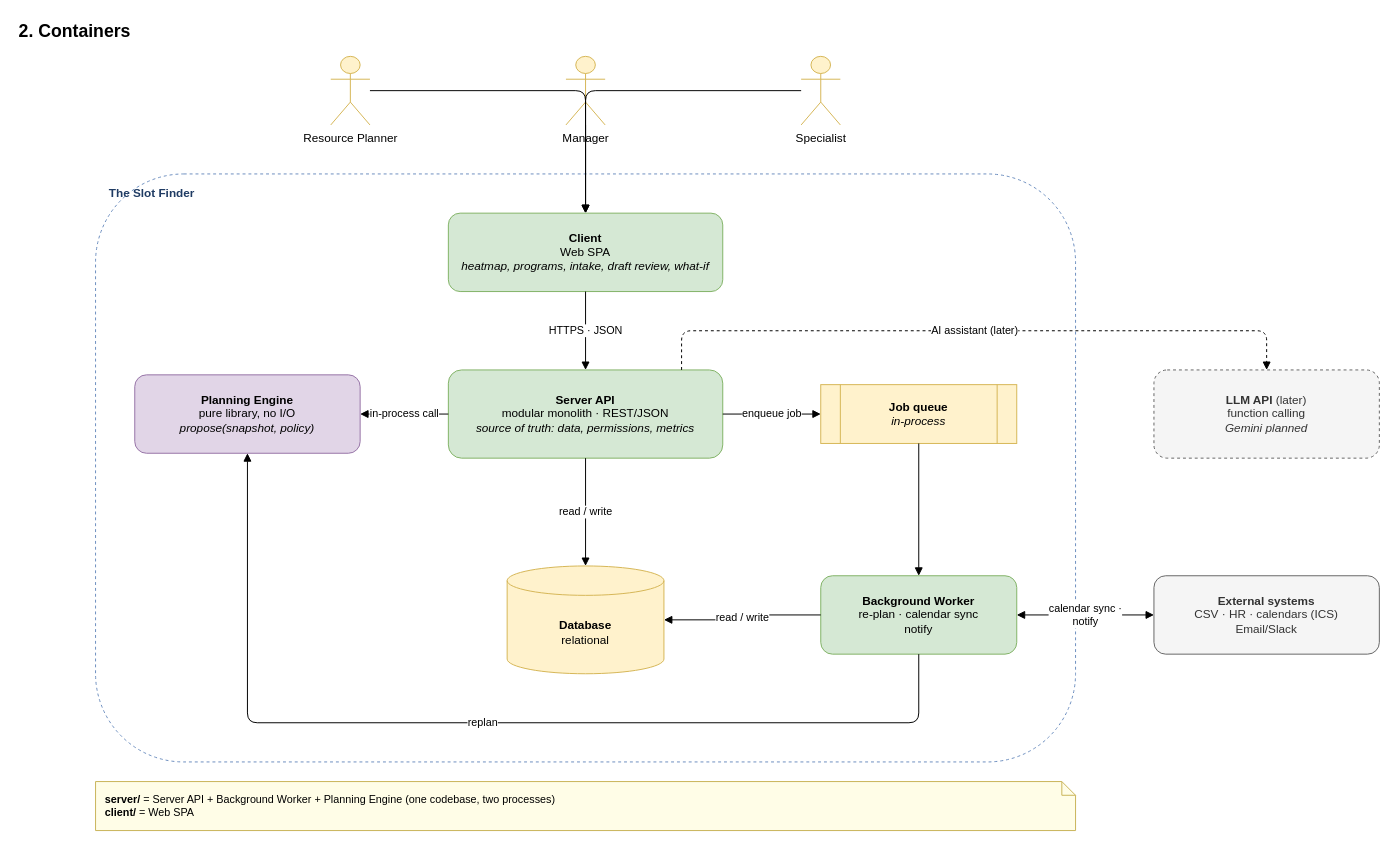
Above: page "2. Containers" (2 of 9) of docs/architecture.drawio in dophnamm/the-slot-finder (draw.io), before the change. Source tidied: cells renumbered, new cells numbered last; positions are measured from the earlier drawing's top-left corner, leaving out a move shared by most shapes. Both pictures are drawn from the tidied source at 98%, with x=0, y=0 at pixel (17, 17).
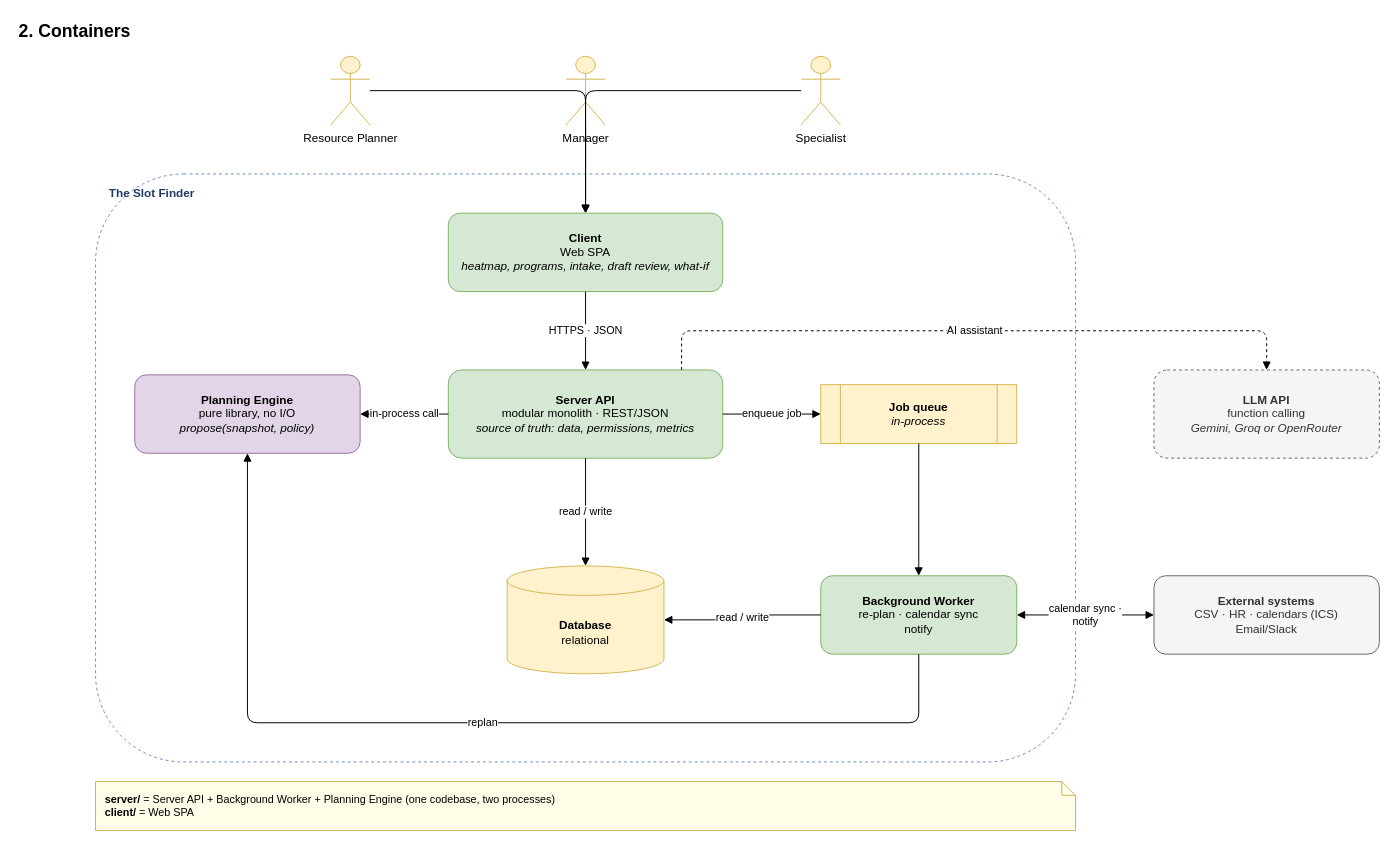
The same diagram, later.

The change refers to these unchanged cells:
```xml
<mxCell id="8" value="&lt;b&gt;Server API&lt;/b&gt;&lt;br&gt;modular monolith · REST/JSON&lt;br&gt;&lt;i&gt;source of truth: data, permissions, metrics&lt;/i&gt;" style="rounded=1;whiteSpace=wrap;html=1;fillColor=#d5e8d4;strokeColor=#82b366;" parent="1" vertex="1">
  <mxGeometry x="440" y="360" width="280" height="90" as="geometry" />
</mxCell>
```

The edit, as a diff of the source:
```diff
@@
-    <mxCell id="25" value="&lt;b&gt;LLM API&lt;/b&gt; (later)&lt;br&gt;function calling&lt;br&gt;&lt;i&gt;Gemini planned&lt;/i&gt;" style="rounded=1;whiteSpace=wrap;html=1;fillColor=#f5f5f5;strokeColor=#666666;fontColor=#333333;dashed=1;" parent="1" vertex="1">
+    <mxCell id="25" value="&lt;b&gt;LLM API&lt;/b&gt;&lt;br&gt;function calling&lt;br&gt;&lt;i&gt;Gemini, Groq or OpenRouter&lt;/i&gt;" style="rounded=1;whiteSpace=wrap;html=1;fillColor=#f5f5f5;strokeColor=#666666;fontColor=#333333;dashed=1;" parent="1" vertex="1">
       <mxGeometry x="1160" y="360" width="230" height="90" as="geometry" />
     </mxCell>
-    <mxCell id="26" value="AI assistant (later)" style="edgeStyle=orthogonalEdgeStyle;rounded=1;html=1;endArrow=block;endFill=1;dashed=1;fontSize=11;labelBackgroundColor=#ffffff;exitX=0.85;exitY=0;exitDx=0;exitDy=0;entryX=0.5;entryY=0;entryDx=0;entryDy=0;" parent="1" edge="1" source="8" target="25">
+    <mxCell id="26" value="AI assistant" style="edgeStyle=orthogonalEdgeStyle;rounded=1;html=1;endArrow=block;endFill=1;dashed=1;fontSize=11;labelBackgroundColor=#ffffff;exitX=0.85;exitY=0;exitDx=0;exitDy=0;entryX=0.5;entryY=0;entryDx=0;entryDy=0;" parent="1" edge="1" source="8" target="25">
       <mxGeometry relative="1" as="geometry">
         <Array as="points">
           <mxPoint x="678" y="320" />
           <mxPoint x="1275" y="320" />
         </Array>
       </mxGeometry>
     </mxCell>
```
